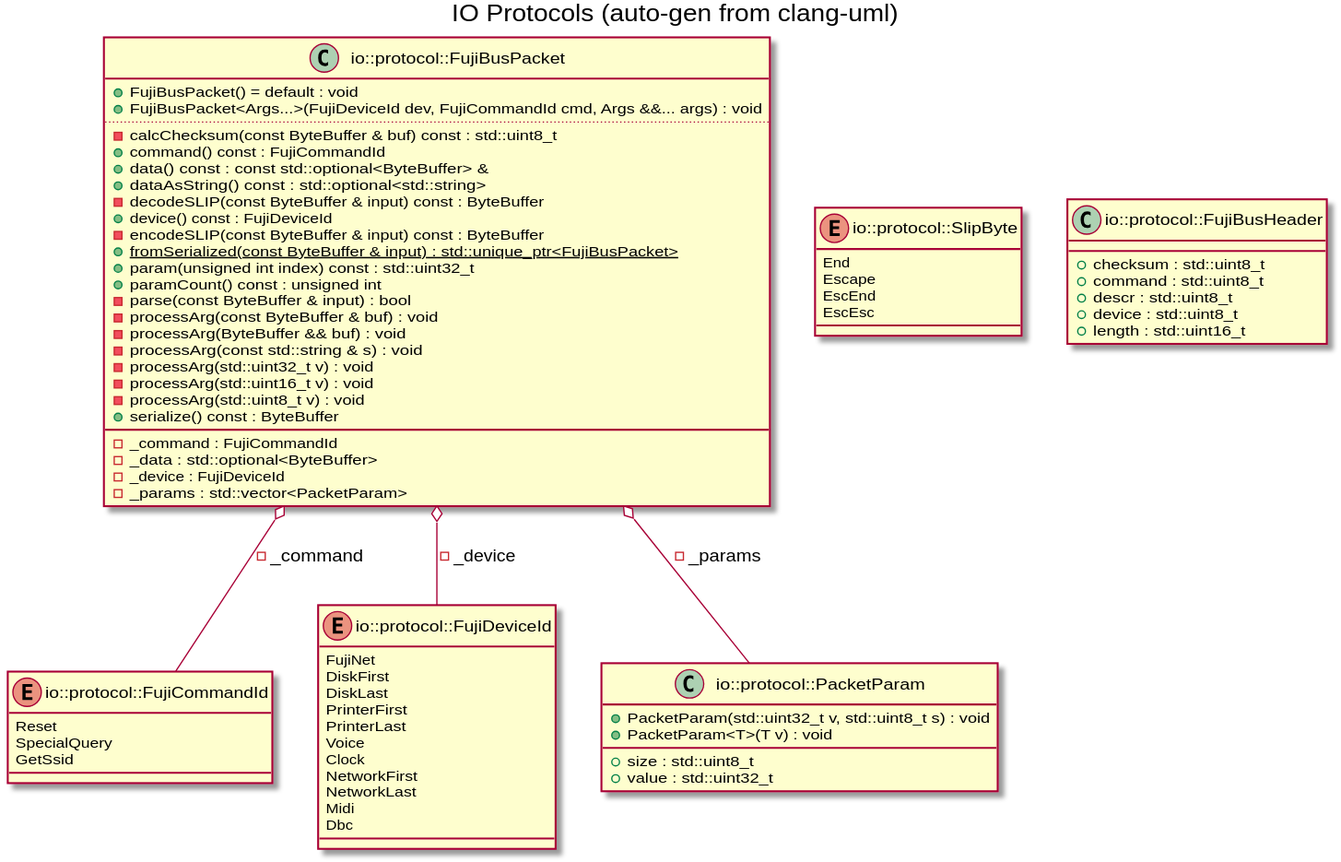
This is docs/images/gen_io_protocol.svg from markjfisher/fujinet-nio, a PlantUML export, as it was before one commit.
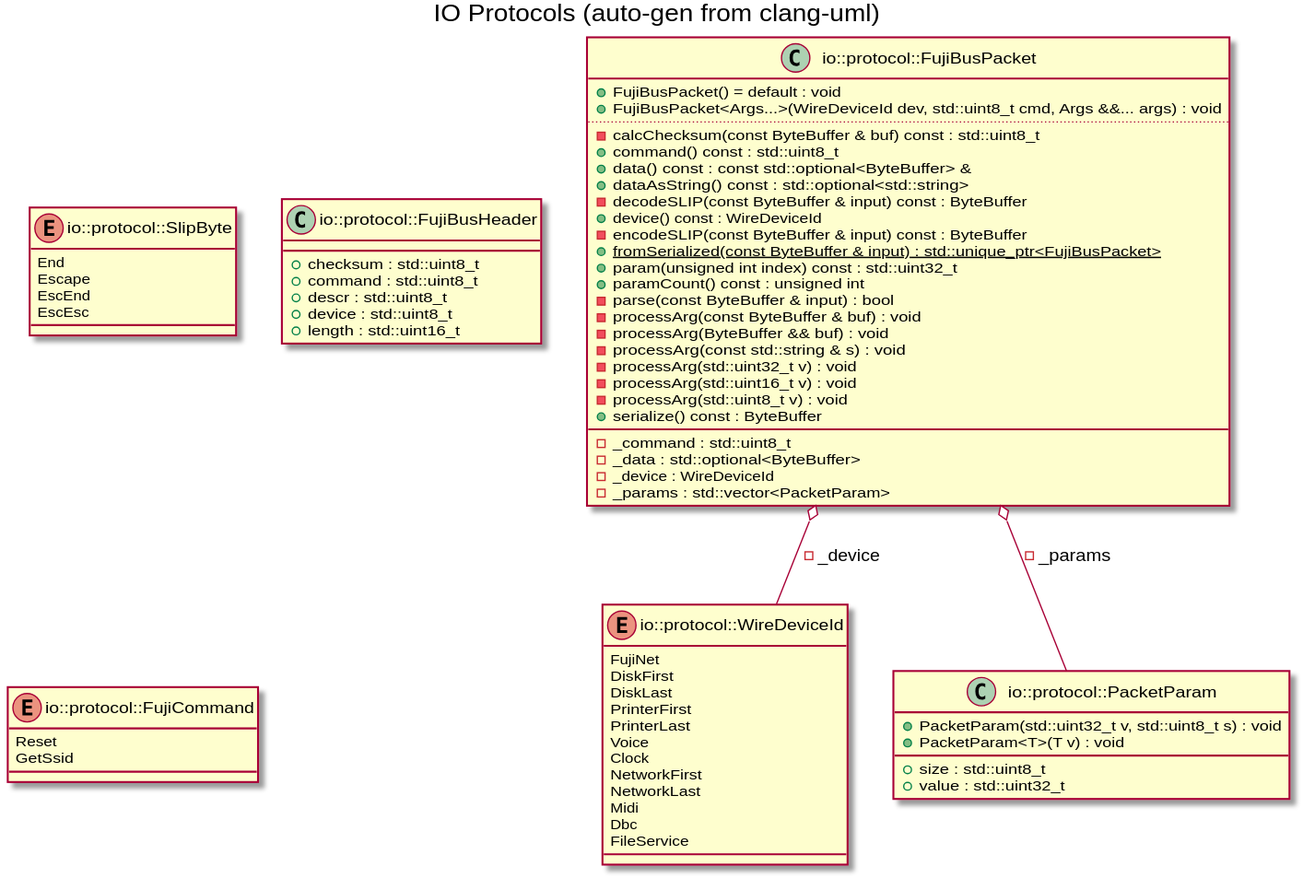
After the change.

What changed in the source:
```diff
@@ -1,13 +1,7 @@
 @startuml
 title IO Protocols (auto-gen from clang-uml)
-enum "io::protocol::FujiCommandId" as C_0003386160999608540497
-enum C_0003386160999608540497 {
-Reset
-SpecialQuery
-GetSsid
-}
-enum "io::protocol::FujiDeviceId" as C_0000782810335588983435
-enum C_0000782810335588983435 {
+enum "io::protocol::WireDeviceId" as C_0015225225004340369839
+enum C_0015225225004340369839 {
 FujiNet
 DiskFirst
 DiskLast
@@ -19,6 +13,7 @@
 NetworkLast
 Midi
 Dbc
+FileService
 }
 enum "io::protocol::SlipByte" as C_0010627602090167488081
 enum C_0010627602090167488081 {
@@ -38,14 +33,14 @@
 class "io::protocol::FujiBusPacket" as C_0017232777488057089840
 class C_0017232777488057089840 {
 +FujiBusPacket() = default : void
-+FujiBusPacket<Args...>(FujiDeviceId dev, FujiCommandId cmd, Args &&... args) : void
++FujiBusPacket<Args...>(WireDeviceId dev, std::uint8_t cmd, Args &&... args) : void
 ..
 -calcChecksum(const ByteBuffer & buf) const : std::uint8_t
-+command() const : FujiCommandId
++command() const : std::uint8_t
 +data() const : const std::optional<ByteBuffer> &
 +dataAsString() const : std::optional<std::string>
 -decodeSLIP(const ByteBuffer & input) const : ByteBuffer
-+device() const : FujiDeviceId
++device() const : WireDeviceId
 -encodeSLIP(const ByteBuffer & input) const : ByteBuffer
 {static} +fromSerialized(const ByteBuffer & input) : std::unique_ptr<FujiBusPacket>
 +param(unsigned int index) const : std::uint32_t
@@ -59,9 +54,9 @@
 -processArg(std::uint8_t v) : void
 +serialize() const : ByteBuffer
 __
--_command : FujiCommandId
+-_command : std::uint8_t
 -_data : std::optional<ByteBuffer>
--_device : FujiDeviceId
+-_device : WireDeviceId
 -_params : std::vector<PacketParam>
 }
 class "io::protocol::FujiBusHeader" as C_0009954510640382192371
@@ -73,8 +68,12 @@
 +device : std::uint8_t
 +length : std::uint16_t
 }
-C_0017232777488057089840 o-- C_0000782810335588983435 : -_device
-C_0017232777488057089840 o-- C_0003386160999608540497 : -_command
+enum "io::protocol::FujiCommand" as C_0004628219160953719395
+enum C_0004628219160953719395 {
+Reset
+GetSsid
+}
+C_0017232777488057089840 o-- C_0015225225004340369839 : -_device
 C_0017232777488057089840 o-- C_0003277087640557799971 : -_params
 
 @enduml
```
